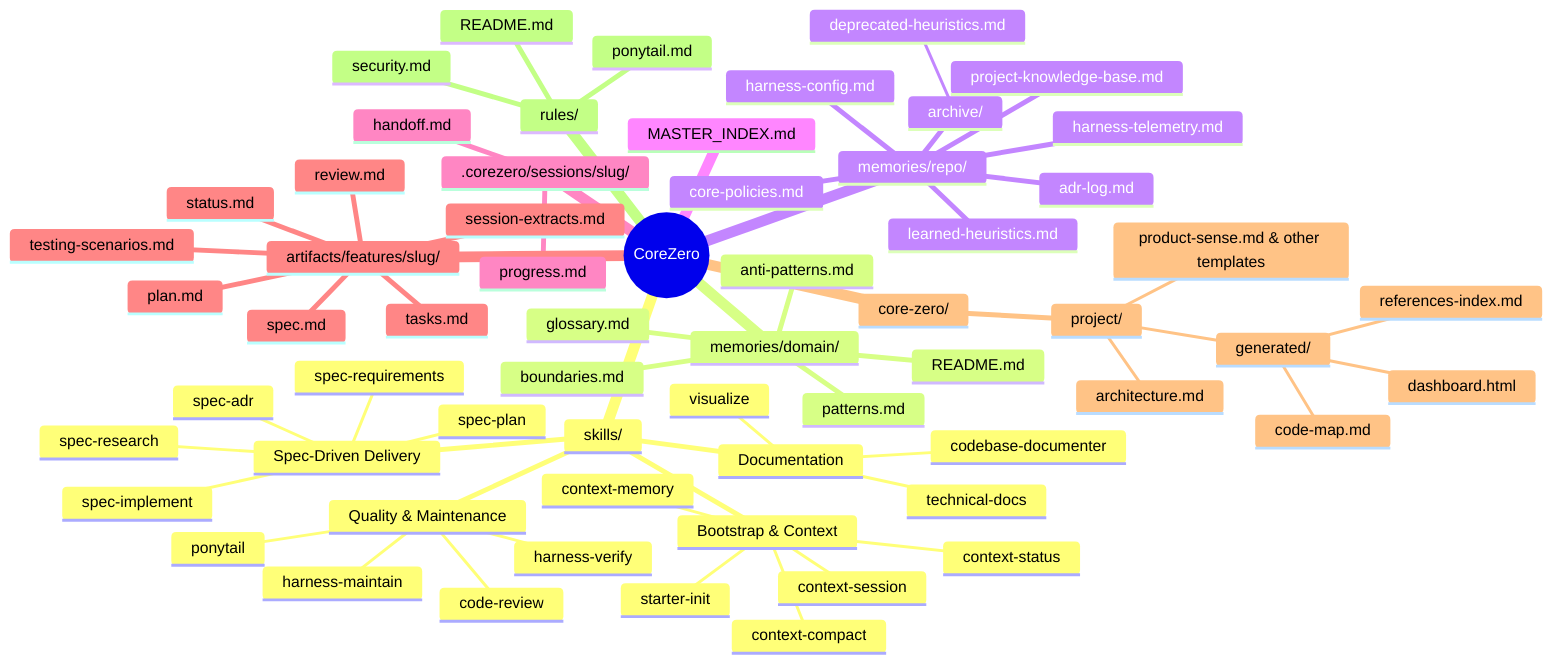
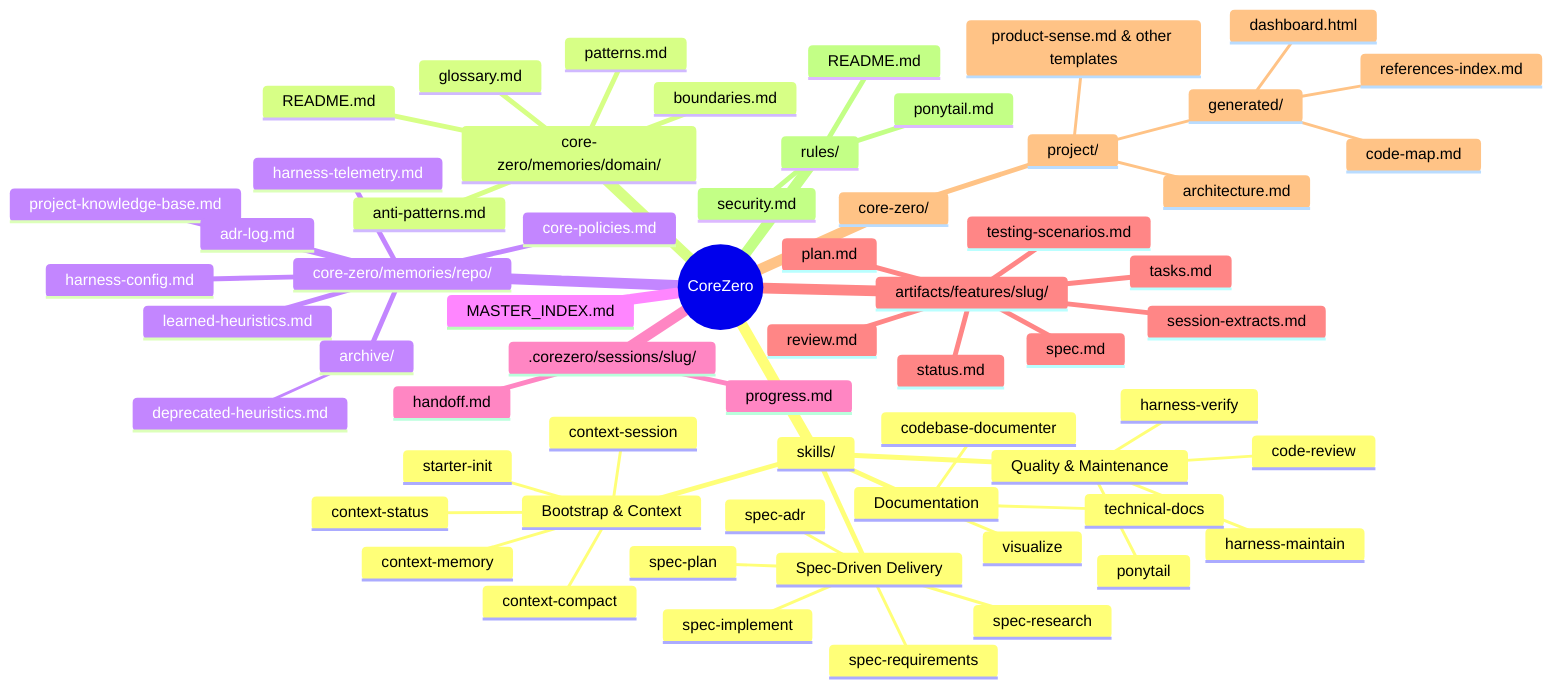
mindmap
  root((CoreZero))
    skills/
      Bootstrap &amp; Context
        starter-init
        context-session
        context-status
        context-memory
        context-compact
      Spec-Driven Delivery
        spec-research
        spec-requirements
        spec-adr
        spec-plan
        spec-implement
      Quality &amp; Maintenance
        harness-verify
        harness-maintain
        code-review
        ponytail
      Documentation
        visualize
        technical-docs
        codebase-documenter
-     memories/domain/
+     core-zero/memories/domain/
      README.md
      glossary.md
      patterns.md
      anti-patterns.md
      boundaries.md
-     memories/repo/
+     core-zero/memories/repo/
      core-policies.md
      project-knowledge-base.md
      learned-heuristics.md
      harness-telemetry.md
      adr-log.md
      harness-config.md
      archive/
        deprecated-heuristics.md
    MASTER_INDEX.md
    .corezero/sessions/slug/
      progress.md
      handoff.md
    artifacts/features/slug/
      status.md
      spec.md
      plan.md
      tasks.md
      review.md
      testing-scenarios.md
      session-extracts.md
    core-zero/
      project/
        architecture.md
        product-sense.md &amp; other templates
        generated/
          code-map.md
          dashboard.html
          references-index.md
    rules/
      README.md
      ponytail.md
      security.md
